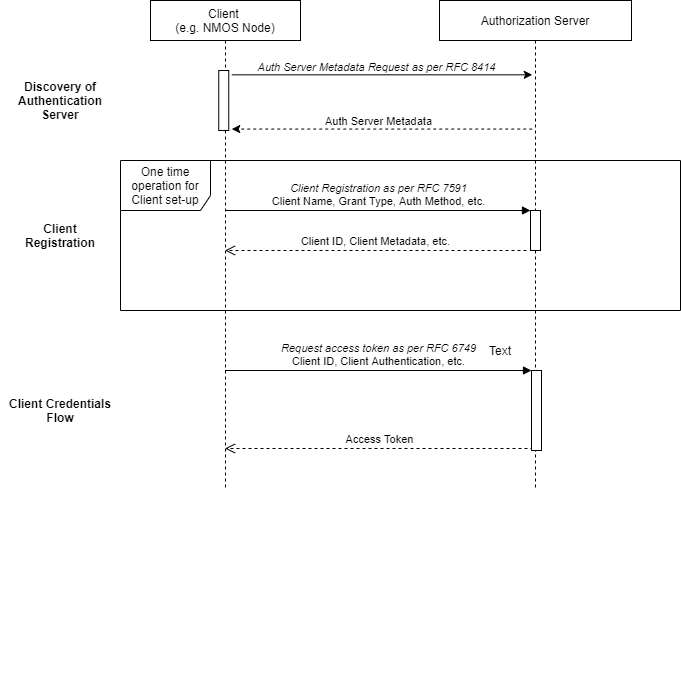
Before: docs/images/client_credentials_flow.png, a diagram exported from draw.io (jonathan-r-thorpe/nmos-authorization-implementers-guide). Source tidied: cells renumbered, new cells last; positions are measured from the earlier drawing's top-left corner, leaving out a move shared by most shapes.
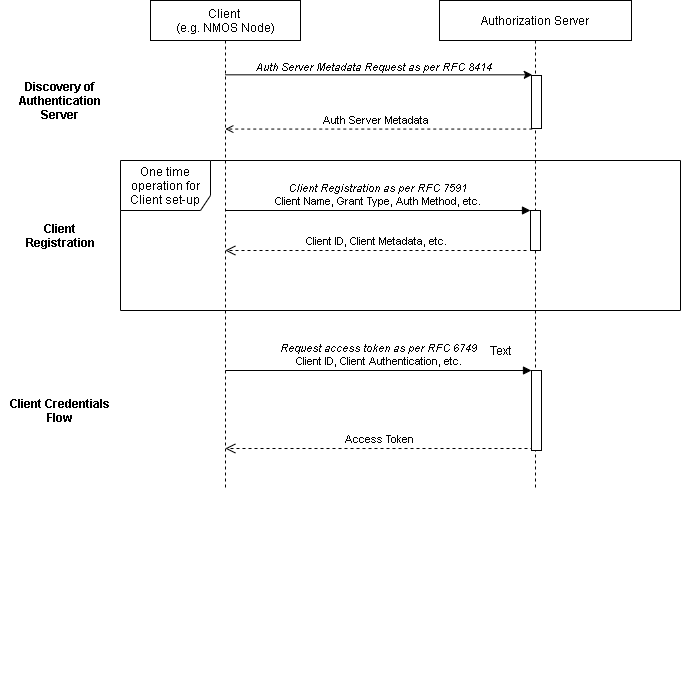
The same file after the commit.

Diff of the diagram source:
```diff
@@ -28,7 +28,7 @@
     <mxCell id="9" style="html=1;points=[];perimeter=orthogonalPerimeter;" parent="1" vertex="1">
       <mxGeometry x="531" y="370" width="10" height="80" as="geometry" />
     </mxCell>
-    <mxCell id="10" style="endArrow=classic;html=1;exitX=1.3;exitY=0.072;exitDx=0;exitDy=0;exitPerimeter=0;" parent="1" edge="1" source="16">
+    <mxCell id="10" style="endArrow=classic;html=1;" parent="1" edge="1" source="15">
       <mxGeometry relative="1" as="geometry">
         <mxPoint x="531.8" y="74.3" as="targetPoint" />
       </mxGeometry>
@@ -38,7 +38,7 @@
         <mxPoint x="-28.2" as="offset" />
       </mxGeometry>
     </mxCell>
-    <mxCell id="12" style="endArrow=classic;html=1;entryX=1.3;entryY=0.976;entryDx=0;entryDy=0;entryPerimeter=0;dashed=1;" parent="1" edge="1" target="16">
+    <mxCell id="12" style="endArrow=open;html=1;dashed=1;endFill=0;" parent="1" edge="1" target="15">
       <mxGeometry relative="1" as="geometry">
         <mxPoint x="531.8" y="128.6" as="sourcePoint" />
       </mxGeometry>
@@ -54,9 +54,6 @@
     <mxCell id="15" value="Client &lt;br&gt;(e.g. NMOS Node)" style="shape=umlLifeline;perimeter=lifelinePerimeter;whiteSpace=wrap;html=1;outlineConnect=0;" parent="14" vertex="1">
       <mxGeometry width="150" height="490" as="geometry" />
     </mxCell>
-    <mxCell id="16" style="html=1;points=[];perimeter=orthogonalPerimeter;" parent="14" vertex="1">
-      <mxGeometry x="68.2" y="70" width="10" height="60" as="geometry" />
-    </mxCell>
     <mxCell id="17" value="Text" style="text;html=1;strokeColor=none;fillColor=none;align=center;verticalAlign=middle;whiteSpace=wrap;rounded=0;" parent="1" vertex="1">
       <mxGeometry x="480" y="340" width="40" height="20" as="geometry" />
     </mxCell>
@@ -69,5 +66,8 @@
     <mxCell id="20" value="&lt;b&gt;Client Credentials Flow&lt;/b&gt;" style="text;html=1;strokeColor=none;fillColor=none;align=center;verticalAlign=middle;whiteSpace=wrap;rounded=0;" parent="1" vertex="1">
       <mxGeometry y="370" width="120" height="80" as="geometry" />
     </mxCell>
+    <mxCell id="21" style="html=1;perimeter=orthogonalPerimeter;" parent="1" vertex="1">
+      <mxGeometry x="531" y="75" width="10" height="53" as="geometry" />
+    </mxCell>
   </root>
 </mxGraphModel>
```
